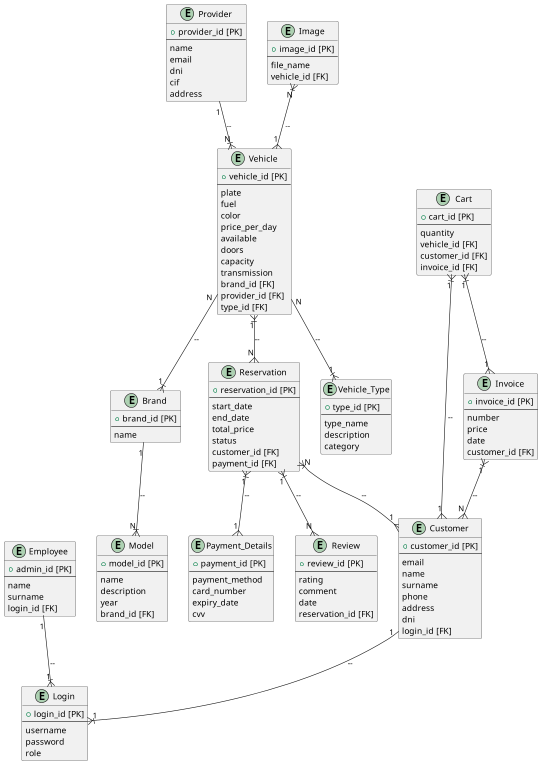
Before: docs/LegacyMotorsER.png, a diagram exported from PlantUML (andreuador/LegacyMotors3.0). Its diagram source:
```plantuml
@startuml LegacyMotorsModel_ER

entity "Customer" {
  + customer_id [PK]
  --
  email
  name
  surname
  phone
  address
  dni
  login_id [FK]
}

entity "Employee" {
  + admin_id [PK]
  --
  name
  surname
  login_id [FK]
}

entity "Provider" {
  + provider_id [PK]
  --
  name
  email
  dni
  cif
  address
}

entity "Login" {
  + login_id [PK]
  --
  username
  password
  role
}

entity "Vehicle" {
  + vehicle_id [PK]
  --
  plate
  fuel
  color
  price_per_day
  available
  doors
  capacity
  transmission
  brand_id [FK]
  provider_id [FK]
  type_id [FK]
}

entity "Brand" {
  + brand_id [PK]
  --
  name
}

entity "Model" {
  + model_id [PK]
  --
  name
  description
  year
  brand_id [FK]
}

entity "Reservation" {
  + reservation_id [PK]
  --
  start_date
  end_date
  total_price
  status
  customer_id [FK]
  payment_id [FK]
}

entity "Payment_Details" {
  + payment_id [PK]
  --
  payment_method
  card_number
  expiry_date
  cvv
}

entity "Review" {
  + review_id [PK]
  --
  rating
  comment
  date
  reservation_id [FK]
}

entity "Vehicle_Type" {
  + type_id [PK]
  --
  type_name
  description
  category
}

entity "Cart" {
  + cart_id [PK]
  --
  quantity
  vehicle_id [FK]
  customer_id [FK]
  invoice_id [FK]
}

entity "Image" {
  + image_id [PK]
  --
  file_name
  vehicle_id [FK]
}

entity "Invoice" {
  + invoice_id [PK]
  --
  number
  price
  date
  customer_id [FK]
}

Customer --|{ Login : "1" -- "1"
Employee --|{ Login : "1" -- "1"
Provider --|{ Vehicle : "1" -- "N"
Vehicle --|{ Brand : "N" -- "1"
Brand --|{ Model : "1" -- "N"
Vehicle --|{ Vehicle_Type : "N" -- "1"
Reservation }|--{ Customer : "N" -- "1"
Reservation }|--{ Payment_Details : "1" -- "1"
Reservation }|--{ Review : "1" -- "N"
Cart }|--{ Customer : "1" -- "1"
Cart }|--{ Invoice : "1" -- "1"
Vehicle }|--{ Reservation : "1" -- "N"
Image }|--{ Vehicle : "N" -- "1"
Invoice }|--{ Customer : "1" -- "N"

@enduml
```
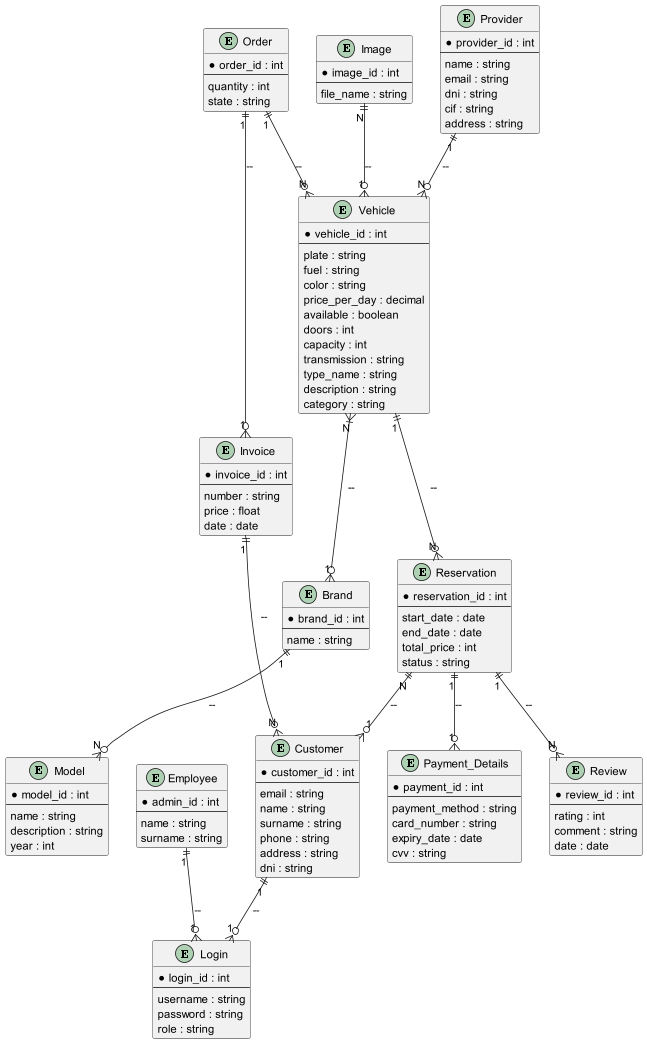
After the commit.

Diff of the diagram source:
```diff
@@ -1,149 +1,130 @@
-@startuml LegacyMotorsModel_ER
+@startuml LegacyMotorsER
 
 entity "Customer" {
-  + customer_id [PK]
+  * customer_id : int
   --
-  email
-  name
-  surname
-  phone
-  address
-  dni
-  login_id [FK]
+  email : string
+  name : string
+  surname : string
+  phone : string
+  address : string
+  dni : string
 }
 
 entity "Employee" {
-  + admin_id [PK]
+  * admin_id : int
   --
-  name
-  surname
-  login_id [FK]
+  name : string
+  surname : string
 }
 
 entity "Provider" {
-  + provider_id [PK]
+  * provider_id : int
   --
-  name
-  email
-  dni
-  cif
-  address
+  name : string
+  email : string
+  dni : string
+  cif : string
+  address : string
 }
 
 entity "Login" {
-  + login_id [PK]
+  * login_id : int
   --
-  username
-  password
-  role
+  username : string
+  password : string
+  role : string
 }
 
 entity "Vehicle" {
-  + vehicle_id [PK]
+  * vehicle_id : int
   --
-  plate
-  fuel
-  color
-  price_per_day
-  available
-  doors
-  capacity
-  transmission
-  brand_id [FK]
-  provider_id [FK]
-  type_id [FK]
+  plate : string
+  fuel : string
+  color : string
+  price_per_day : decimal
+  available : boolean
+  doors : int
+  capacity : int
+  transmission : string
+  type_name : string
+  description : string
+  category : string
 }
 
 entity "Brand" {
-  + brand_id [PK]
+  * brand_id : int
   --
-  name
+  name : string
 }
 
 entity "Model" {
-  + model_id [PK]
+  * model_id : int
   --
-  name
-  description
-  year
-  brand_id [FK]
+  name : string
+  description : string
+  year : int
 }
 
 entity "Reservation" {
-  + reservation_id [PK]
+  * reservation_id : int
   --
-  start_date
-  end_date
-  total_price
-  status
-  customer_id [FK]
-  payment_id [FK]
+  start_date : date
+  end_date : date
+  total_price : int
+  status : string
 }
 
 entity "Payment_Details" {
-  + payment_id [PK]
+  * payment_id : int
   --
-  payment_method
-  card_number
-  expiry_date
-  cvv
+  payment_method : string
+  card_number : string
+  expiry_date : date
+  cvv : string
 }
 
 entity "Review" {
-  + review_id [PK]
+  * review_id : int
   --
-  rating
-  comment
-  date
-  reservation_id [FK]
+  rating : int
+  comment : string
+  date : date
 }
 
-entity "Vehicle_Type" {
-  + type_id [PK]
+entity "Order" {
+  * order_id : int
   --
-  type_name
-  description
-  category
-}
-
-entity "Cart" {
-  + cart_id [PK]
-  --
-  quantity
-  vehicle_id [FK]
-  customer_id [FK]
-  invoice_id [FK]
+  quantity : int
+  state : string
 }
 
 entity "Image" {
-  + image_id [PK]
+  * image_id : int
   --
-  file_name
-  vehicle_id [FK]
+  file_name : string
 }
 
 entity "Invoice" {
-  + invoice_id [PK]
+  * invoice_id : int
   --
-  number
-  price
-  date
-  customer_id [FK]
+  number : string
+  price : float
+  date : date
 }
 
-Customer --|{ Login : "1" -- "1"
-Employee --|{ Login : "1" -- "1"
-Provider --|{ Vehicle : "1" -- "N"
-Vehicle --|{ Brand : "N" -- "1"
-Brand --|{ Model : "1" -- "N"
-Vehicle --|{ Vehicle_Type : "N" -- "1"
-Reservation }|--{ Customer : "N" -- "1"
-Reservation }|--{ Payment_Details : "1" -- "1"
-Reservation }|--{ Review : "1" -- "N"
-Cart }|--{ Customer : "1" -- "1"
-Cart }|--{ Invoice : "1" -- "1"
-Vehicle }|--{ Reservation : "1" -- "N"
-Image }|--{ Vehicle : "N" -- "1"
-Invoice }|--{ Customer : "1" -- "N"
+Customer ||--o{ Login: "1" -- "1"
+Employee ||--o{ Login: "1" -- "1"
+Provider ||--o{ Vehicle: "1" -- "N"
+Vehicle }|--o{ Brand: "N" -- "1"
+Brand ||--o{ Model: "1" -- "N"
+Reservation ||--o{ Customer: "N" -- "1"
+Reservation ||--o{ Payment_Details: "1" -- "1"
+Reservation ||--o{ Review: "1" -- "N"
+Vehicle ||--o{ Reservation: "1" -- "N"
+Image ||--o{ Vehicle: "N" -- "1"
+Invoice ||--o{ Customer: "1" -- "N"
+Order ||--o{ Vehicle: "1" -- "N"
+Order ||--o{ Invoice: "1" -- "1"
 
 @enduml
```
